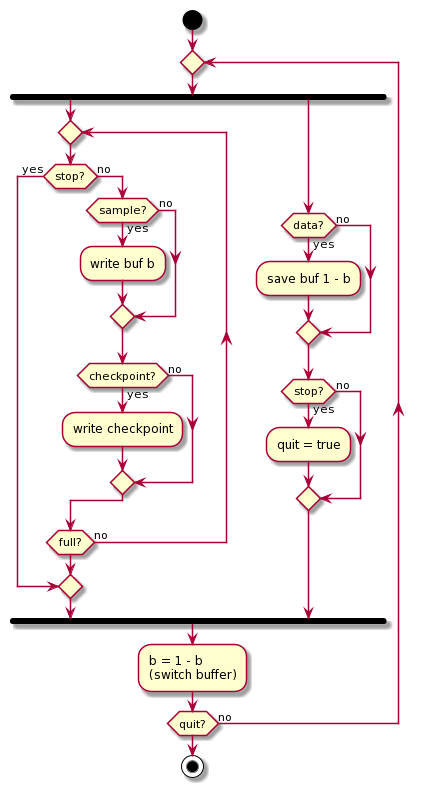
kghose/groho keeps this PlantUML diagram as docs/uml/png/serialize.png. Above is the earlier version.
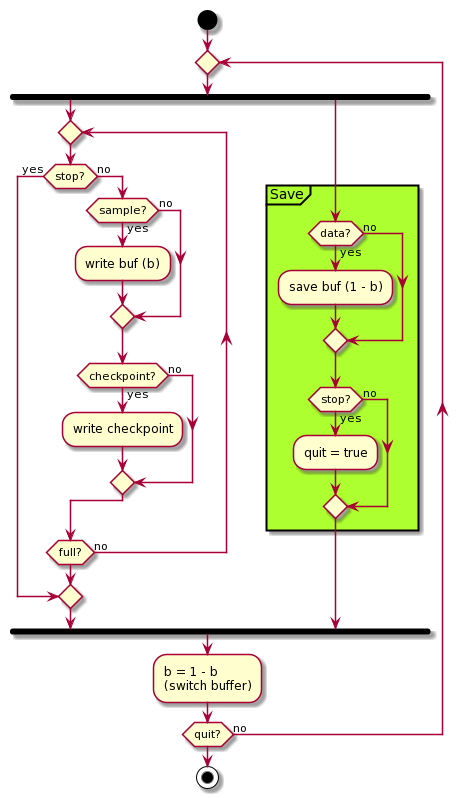
Above is the later version.

What changed in the source:
```diff
@@ -4,7 +4,6 @@
 repeat
 
 fork
-
 repeat
 
   if (stop?) then (yes)
@@ -12,7 +11,7 @@
   else (no)
 
     if (sample?) then (yes)
-      :write buf b;
+      :write buf (b);
     else (no)
     endif
 
@@ -27,9 +26,9 @@
 repeat while(full?) is (no)
 
 fork again
-
+partition Save #GreenYellow{
   if (data?) then (yes)
-    :save buf 1 - b;
+    :save buf (1 - b);
   else (no)
   endif
 
@@ -37,7 +36,7 @@
     :quit = true;
   else (no)
   endif
-
+}
 end fork
 
 :b = 1 - b\n(switch buffer);
```
